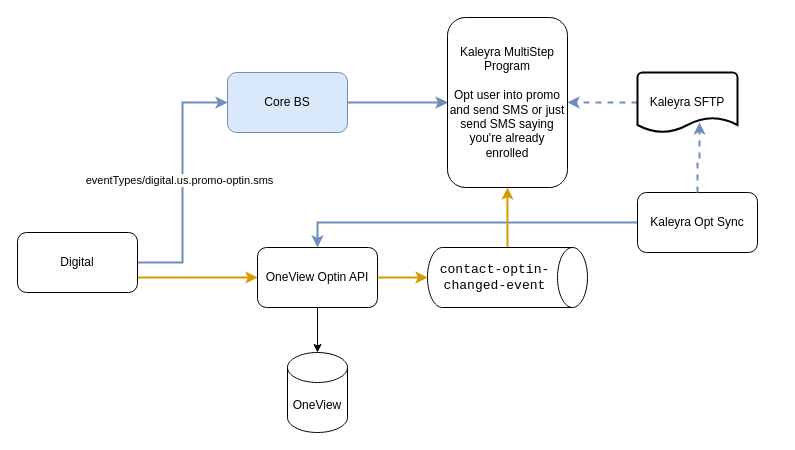
Above: drawings/Digital Optin integration.drawio in AarellanoH/draw_io (draw.io), before the change. Source tidied: cells renumbered, new cells numbered last; positions are measured from the earlier drawing's top-left corner, leaving out a move shared by most shapes. Both pictures are drawn from the tidied source at 100%, with x=0, y=0 at pixel (17, 17).
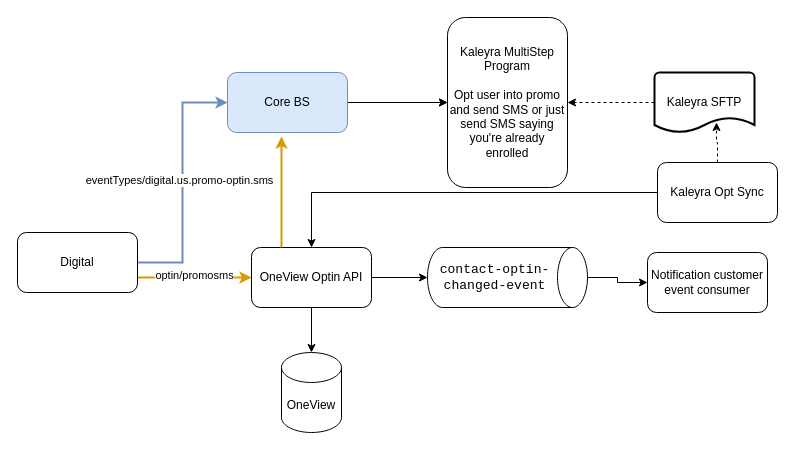
Above is the later version.

The change refers to these unchanged cells:
```xml
<mxCell id="4" value="Core BS" style="rounded=1;whiteSpace=wrap;html=1;fillColor=#dae8fc;strokeColor=#6c8ebf;" parent="1" vertex="1">
  <mxGeometry x="210" y="55" width="120" height="60" as="geometry" />
</mxCell>
<mxCell id="7" style="edgeStyle=orthogonalEdgeStyle;rounded=0;jettySize=auto;html=1;exitX=1;exitY=0.75;exitDx=0;exitDy=0;fillColor=#ffe6cc;strokeColor=#d79b00;strokeWidth=2;" parent="1" edge="1" source="8" target="16">
  <mxGeometry relative="1" as="geometry" />
</mxCell>
<mxCell id="9" value="Kaleyra MultiStep&lt;div&gt;Program&lt;/div&gt;&lt;div&gt;&lt;br&gt;&lt;/div&gt;&lt;div&gt;Opt user into promo and send SMS or just send SMS saying you're already enrolled&lt;/div&gt;" style="rounded=1;whiteSpace=wrap;html=1;" parent="1" vertex="1">
  <mxGeometry x="430" width="120" height="170" as="geometry" />
</mxCell>
<mxCell id="19" value="&lt;span style=&quot;font-family: &amp;quot;JetBrains Mono&amp;quot;, monospace; font-size: 9.8pt;&quot;&gt;contact-optin-changed-event&lt;/span&gt;" style="shape=cylinder3;whiteSpace=wrap;html=1;boundedLbl=1;backgroundOutline=1;size=15;direction=south;" parent="1" vertex="1">
  <mxGeometry x="410" y="230" width="160" height="60" as="geometry" />
</mxCell>
```

What changed in the source:
```diff
@@
-    <mxCell id="3" style="edgeStyle=orthogonalEdgeStyle;rounded=0;jettySize=auto;html=1;fillColor=#dae8fc;strokeColor=#6c8ebf;strokeWidth=2;" parent="1" edge="1" source="4" target="9">
+    <mxCell id="3" style="edgeStyle=orthogonalEdgeStyle;rounded=0;jettySize=auto;html=1;strokeWidth=1;" parent="1" edge="1" source="4" target="9">
       <mxGeometry relative="1" as="geometry" />
     </mxCell>
@@
+    <mxCell id="21" value="optin/promosms" style="edgeLabel;html=1;align=center;verticalAlign=middle;" parent="7" vertex="1">
+      <mxGeometry x="-0.02" y="3" relative="1" as="geometry" />
+    </mxCell>
@@
-    <mxCell id="10" style="edgeStyle=orthogonalEdgeStyle;rounded=0;jettySize=auto;html=1;entryX=0.5;entryY=0;entryDx=0;entryDy=0;fillColor=#dae8fc;strokeColor=#6c8ebf;strokeWidth=2;" parent="1" edge="1" source="11" target="16">
+    <mxCell id="10" style="edgeStyle=orthogonalEdgeStyle;rounded=0;jettySize=auto;html=1;entryX=0.5;entryY=0;entryDx=0;entryDy=0;strokeWidth=1;" parent="1" edge="1" source="11" target="16">
       <mxGeometry relative="1" as="geometry" />
     </mxCell>
     <mxCell id="11" value="Kaleyra Opt Sync" style="rounded=1;whiteSpace=wrap;html=1;" parent="1" vertex="1">
-      <mxGeometry x="620" y="175" width="120" height="60" as="geometry" />
+      <mxGeometry x="640" y="145" width="120" height="60" as="geometry" />
     </mxCell>
     <mxCell id="12" value="OneView" style="shape=cylinder3;whiteSpace=wrap;html=1;boundedLbl=1;backgroundOutline=1;size=15;" parent="1" vertex="1">
-      <mxGeometry x="270" y="335" width="60" height="80" as="geometry" />
+      <mxGeometry x="264" y="335" width="60" height="80" as="geometry" />
     </mxCell>
-    <mxCell id="13" style="edgeStyle=orthogonalEdgeStyle;rounded=0;jettySize=auto;html=1;entryX=1;entryY=0.5;entryDx=0;entryDy=0;dashed=1;fillColor=#dae8fc;strokeColor=#6c8ebf;strokeWidth=2;" parent="1" edge="1" source="14" target="9">
+    <mxCell id="13" style="edgeStyle=orthogonalEdgeStyle;rounded=0;jettySize=auto;html=1;entryX=1;entryY=0.5;entryDx=0;entryDy=0;dashed=1;strokeWidth=1;" parent="1" edge="1" source="14" target="9">
       <mxGeometry relative="1" as="geometry" />
     </mxCell>
     <mxCell id="14" value="Kaleyra SFTP" style="strokeWidth=2;html=1;shape=mxgraph.flowchart.document2;whiteSpace=wrap;size=0.25;" parent="1" vertex="1">
-      <mxGeometry x="620" y="55" width="100" height="60" as="geometry" />
+      <mxGeometry x="637" y="55" width="100" height="60" as="geometry" />
     </mxCell>
-    <mxCell id="15" style="edgeStyle=orthogonalEdgeStyle;rounded=0;jettySize=auto;html=1;entryX=0.62;entryY=0.833;entryDx=0;entryDy=0;entryPerimeter=0;dashed=1;strokeWidth=2;fillColor=#dae8fc;strokeColor=#6c8ebf;" parent="1" edge="1" source="11" target="14">
+    <mxCell id="15" style="edgeStyle=orthogonalEdgeStyle;rounded=0;jettySize=auto;html=1;entryX=0.62;entryY=0.833;entryDx=0;entryDy=0;entryPerimeter=0;dashed=1;strokeWidth=1;" parent="1" edge="1" source="11" target="14">
       <mxGeometry relative="1" as="geometry" />
     </mxCell>
     <mxCell id="16" value="OneView Optin API" style="rounded=1;whiteSpace=wrap;html=1;" parent="1" vertex="1">
-      <mxGeometry x="240" y="230" width="120" height="60" as="geometry" />
+      <mxGeometry x="234" y="230" width="120" height="60" as="geometry" />
     </mxCell>
@@
-    <mxCell id="18" style="edgeStyle=orthogonalEdgeStyle;rounded=0;jettySize=auto;html=1;entryX=0.5;entryY=1;entryDx=0;entryDy=0;fillColor=#ffe6cc;strokeColor=#d79b00;strokeWidth=2;" parent="1" edge="1" source="19" target="9">
-      <mxGeometry relative="1" as="geometry" />
-    </mxCell>
@@
-    <mxCell id="20" style="edgeStyle=orthogonalEdgeStyle;rounded=0;jettySize=auto;html=1;entryX=0.5;entryY=1;entryDx=0;entryDy=0;entryPerimeter=0;fillColor=#ffe6cc;strokeColor=#d79b00;strokeWidth=2;" parent="1" edge="1" source="16" target="19">
+    <mxCell id="20" style="edgeStyle=orthogonalEdgeStyle;rounded=0;jettySize=auto;html=1;entryX=0.5;entryY=1;entryDx=0;entryDy=0;entryPerimeter=0;strokeWidth=1;" parent="1" edge="1" source="16" target="19">
       <mxGeometry relative="1" as="geometry" />
     </mxCell>
+    <mxCell id="22" value="Notification customer event consumer" style="rounded=1;whiteSpace=wrap;html=1;" parent="1" vertex="1">
+      <mxGeometry x="630" y="235" width="120" height="60" as="geometry" />
+    </mxCell>
+    <mxCell id="23" style="edgeStyle=orthogonalEdgeStyle;rounded=0;jettySize=auto;html=1;entryX=0;entryY=0.5;entryDx=0;entryDy=0;strokeWidth=1;" parent="1" edge="1" source="19" target="22">
+      <mxGeometry relative="1" as="geometry" />
+    </mxCell>
+    <mxCell id="24" style="edgeStyle=orthogonalEdgeStyle;rounded=0;jettySize=auto;html=1;entryX=0.45;entryY=1.067;entryDx=0;entryDy=0;entryPerimeter=0;fillColor=#ffe6cc;strokeColor=#d79b00;exitX=0.25;exitY=0;exitDx=0;exitDy=0;strokeWidth=2;" parent="1" edge="1" source="16" target="4">
+      <mxGeometry relative="1" as="geometry" />
+    </mxCell>
```
